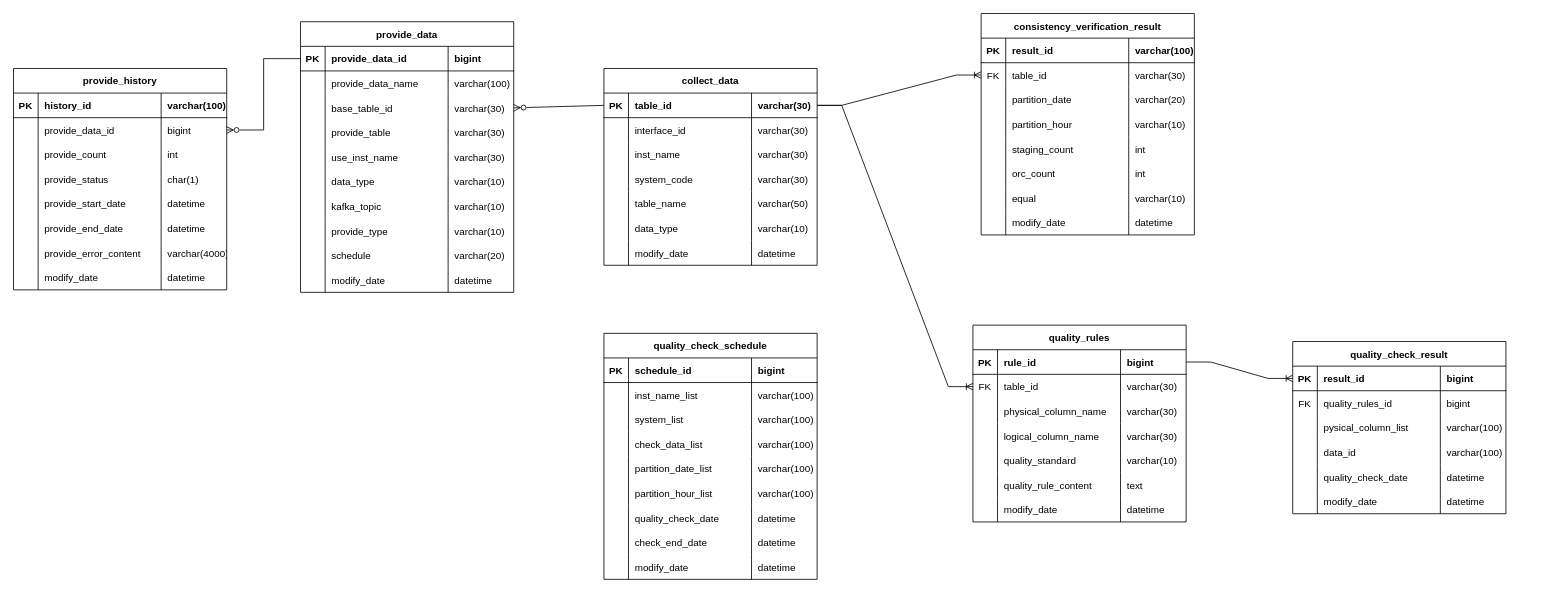
vtw-atm/bigdata-table-diagram keeps this draw.io diagram as 빅데이터 테이블 설계.drawio. Above is the earlier version. Source tidied: cells renumbered, new cells numbered last; positions are measured from the earlier drawing's top-left corner, leaving out a move shared by most shapes. Both pictures are drawn from the tidied source at 82%, with x=0, y=0 at pixel (13, 13).
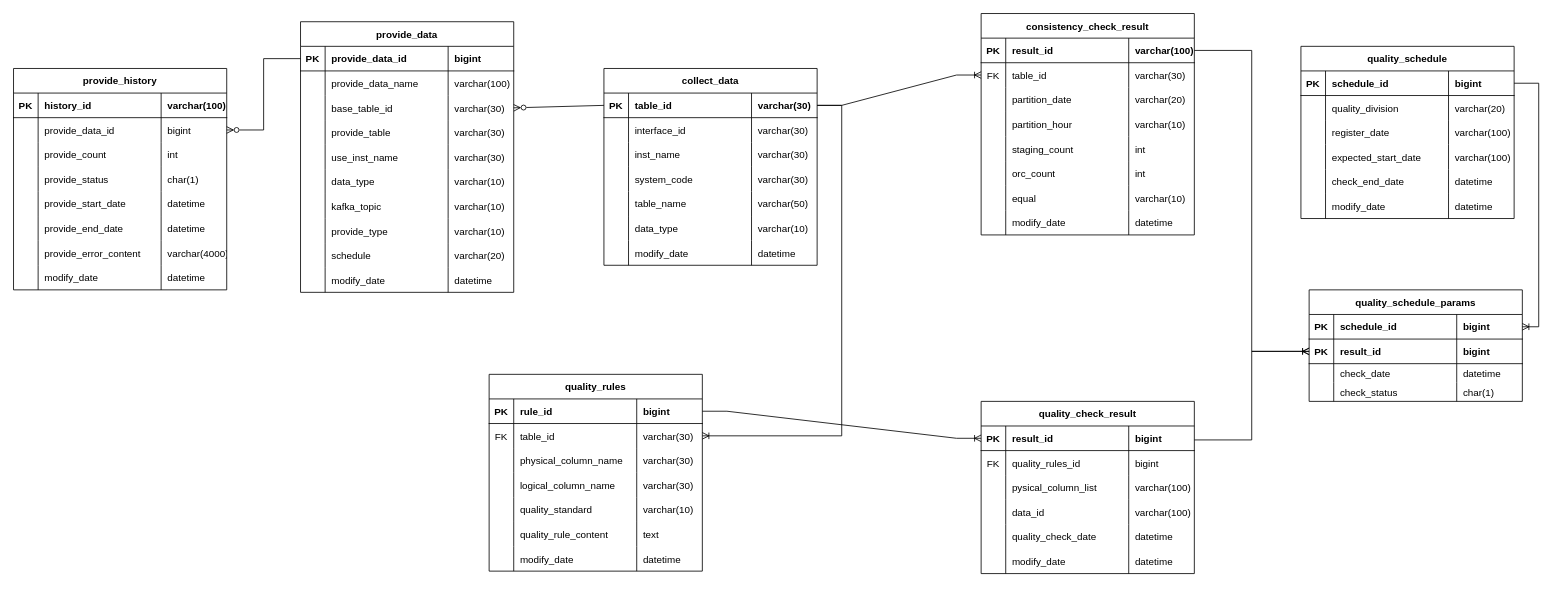
The same page after the edit.

Commit message:
품질점검 스케줄 추가

The change refers to these unchanged cells:
```xml
<mxCell id="3" style="shape=tableRow;horizontal=0;startSize=0;swimlaneHead=0;swimlaneBody=0;fillColor=none;points=[[0,0.5],[1,0.5]];portConstraint=eastwest;top=0;left=0;right=0;bottom=1;rounded=0;" parent="2" vertex="1">
  <mxGeometry y="30" width="260" height="30" as="geometry" />
</mxCell>
<mxCell id="32" style="shape=tableRow;horizontal=0;startSize=0;swimlaneHead=0;swimlaneBody=0;fillColor=none;points=[[0,0.5],[1,0.5]];portConstraint=eastwest;top=0;left=0;right=0;bottom=1;rounded=0;" parent="31" vertex="1">
  <mxGeometry y="30" width="260" height="30" as="geometry" />
</mxCell>
<mxCell id="73" style="shape=tableRow;horizontal=0;startSize=0;swimlaneHead=0;swimlaneBody=0;fillColor=none;points=[[0,0.5],[1,0.5]];portConstraint=eastwest;top=0;left=0;right=0;bottom=0;rounded=0;" parent="68" vertex="1">
  <mxGeometry y="60" width="260" height="30" as="geometry" />
</mxCell>
<mxCell id="98" style="shape=tableRow;horizontal=0;startSize=0;swimlaneHead=0;swimlaneBody=0;fillColor=none;points=[[0,0.5],[1,0.5]];portConstraint=eastwest;top=0;left=0;right=0;bottom=1;rounded=0;" parent="97" vertex="1">
  <mxGeometry y="30" width="260" height="30" as="geometry" />
</mxCell>
```

Change to the diagram source:
```diff
@@
-    <mxCell id="31" value="quality_check_schedule" style="shape=table;startSize=30;childLayout=tableLayout;rowLines=0;fontStyle=1;align=center;rounded=0;" parent="1" vertex="1">
-      <mxGeometry x="720" y="390" width="260" height="300" as="geometry" />
+    <mxCell id="31" value="quality_schedule" style="shape=table;startSize=30;childLayout=tableLayout;rowLines=0;fontStyle=1;align=center;rounded=0;" parent="1" vertex="1">
+      <mxGeometry x="1570" y="40" width="260" height="210" as="geometry" />
     </mxCell>
@@
-    <mxCell id="36" style="shape=tableRow;horizontal=0;startSize=0;swimlaneHead=0;swimlaneBody=0;fillColor=none;top=0;left=0;right=0;bottom=0;rounded=0;" parent="31" vertex="1">
-      <mxGeometry y="60" width="260" height="30" as="geometry" />
-    </mxCell>
-    <mxCell id="37" style="shape=partialRectangle;fillColor=none;top=0;left=0;bottom=0;right=0;overflow=hidden;rounded=0;" parent="36" vertex="1">
-      <mxGeometry width="30" height="30" as="geometry" />
-    </mxCell>
-    <mxCell id="38" value="inst_name_list" style="shape=partialRectangle;fillColor=none;top=0;left=0;bottom=0;right=0;align=left;spacingLeft=6;overflow=hidden;rounded=0;" parent="36" vertex="1">
-      <mxGeometry x="30" width="150" height="30" as="geometry" />
-    </mxCell>
-    <mxCell id="39" value="varchar(100)" style="shape=partialRectangle;fillColor=none;top=0;left=0;bottom=0;right=0;align=left;spacingLeft=6;overflow=hidden;rounded=0;" parent="36" vertex="1">
-      <mxGeometry x="180" width="80" height="30" as="geometry" />
-    </mxCell>
-    <mxCell id="40" style="shape=tableRow;horizontal=0;startSize=0;swimlaneHead=0;swimlaneBody=0;fillColor=none;top=0;left=0;right=0;bottom=0;rounded=0;" parent="31" vertex="1">
-      <mxGeometry y="90" width="260" height="30" as="geometry" />
-    </mxCell>
-    <mxCell id="41" style="shape=partialRectangle;fillColor=none;top=0;left=0;bottom=0;right=0;overflow=hidden;rounded=0;" parent="40" vertex="1">
-      <mxGeometry width="30" height="30" as="geometry" />
-    </mxCell>
-    <mxCell id="42" value="system_list" style="shape=partialRectangle;fillColor=none;top=0;left=0;bottom=0;right=0;align=left;spacingLeft=6;overflow=hidden;rounded=0;" parent="40" vertex="1">
-      <mxGeometry x="30" width="150" height="30" as="geometry" />
-    </mxCell>
-    <mxCell id="43" value="varchar(100)" style="shape=partialRectangle;fillColor=none;top=0;left=0;bottom=0;right=0;align=left;spacingLeft=6;overflow=hidden;rounded=0;" parent="40" vertex="1">
-      <mxGeometry x="180" width="80" height="30" as="geometry" />
-    </mxCell>
     <mxCell id="44" style="shape=tableRow;horizontal=0;startSize=0;swimlaneHead=0;swimlaneBody=0;fillColor=none;top=0;left=0;right=0;bottom=0;rounded=0;" parent="31" vertex="1">
-      <mxGeometry y="120" width="260" height="30" as="geometry" />
+      <mxGeometry y="60" width="260" height="30" as="geometry" />
     </mxCell>
@@
-    <mxCell id="46" value="check_data_list" style="shape=partialRectangle;fillColor=none;top=0;left=0;bottom=0;right=0;align=left;spacingLeft=6;overflow=hidden;rounded=0;" parent="44" vertex="1">
+    <mxCell id="46" value="quality_division" style="shape=partialRectangle;fillColor=none;top=0;left=0;bottom=0;right=0;align=left;spacingLeft=6;overflow=hidden;rounded=0;" parent="44" vertex="1">
       <mxGeometry x="30" width="150" height="30" as="geometry" />
     </mxCell>
-    <mxCell id="47" value="varchar(100)" style="shape=partialRectangle;fillColor=none;top=0;left=0;bottom=0;right=0;align=left;spacingLeft=6;overflow=hidden;rounded=0;" parent="44" vertex="1">
+    <mxCell id="47" value="varchar(20)" style="shape=partialRectangle;fillColor=none;top=0;left=0;bottom=0;right=0;align=left;spacingLeft=6;overflow=hidden;rounded=0;" parent="44" vertex="1">
       <mxGeometry x="180" width="80" height="30" as="geometry" />
     </mxCell>
     <mxCell id="48" style="shape=tableRow;horizontal=0;startSize=0;swimlaneHead=0;swimlaneBody=0;fillColor=none;top=0;left=0;right=0;bottom=0;rounded=0;" parent="31" vertex="1">
-      <mxGeometry y="150" width="260" height="30" as="geometry" />
+      <mxGeometry y="90" width="260" height="30" as="geometry" />
     </mxCell>
@@
-    <mxCell id="50" value="partition_date_list" style="shape=partialRectangle;fillColor=none;top=0;left=0;bottom=0;right=0;align=left;spacingLeft=6;overflow=hidden;rounded=0;" parent="48" vertex="1">
+    <mxCell id="50" value="register_date" style="shape=partialRectangle;fillColor=none;top=0;left=0;bottom=0;right=0;align=left;spacingLeft=6;overflow=hidden;rounded=0;" parent="48" vertex="1">
       <mxGeometry x="30" width="150" height="30" as="geometry" />
     </mxCell>
@@
     <mxCell id="52" style="shape=tableRow;horizontal=0;startSize=0;swimlaneHead=0;swimlaneBody=0;fillColor=none;top=0;left=0;right=0;bottom=0;rounded=0;" parent="31" vertex="1">
-      <mxGeometry y="180" width="260" height="30" as="geometry" />
+      <mxGeometry y="120" width="260" height="30" as="geometry" />
     </mxCell>
@@
-    <mxCell id="54" value="partition_hour_list" style="shape=partialRectangle;fillColor=none;top=0;left=0;bottom=0;right=0;align=left;spacingLeft=6;overflow=hidden;rounded=0;" parent="52" vertex="1">
+    <mxCell id="54" value="expected_start_date" style="shape=partialRectangle;fillColor=none;top=0;left=0;bottom=0;right=0;align=left;spacingLeft=6;overflow=hidden;rounded=0;" parent="52" vertex="1">
       <mxGeometry x="30" width="150" height="30" as="geometry" />
     </mxCell>
@@
     <mxCell id="56" style="shape=tableRow;horizontal=0;startSize=0;swimlaneHead=0;swimlaneBody=0;fillColor=none;top=0;left=0;right=0;bottom=0;rounded=0;" parent="31" vertex="1">
-      <mxGeometry y="210" width="260" height="30" as="geometry" />
+      <mxGeometry y="150" width="260" height="30" as="geometry" />
     </mxCell>
@@
-    <mxCell id="58" value="quality_check_date" style="shape=partialRectangle;fillColor=none;top=0;left=0;bottom=0;right=0;align=left;spacingLeft=6;overflow=hidden;rounded=0;" parent="56" vertex="1">
+    <mxCell id="58" value="check_end_date" style="shape=partialRectangle;fillColor=none;top=0;left=0;bottom=0;right=0;align=left;spacingLeft=6;overflow=hidden;rounded=0;" parent="56" vertex="1">
       <mxGeometry x="30" width="150" height="30" as="geometry" />
     </mxCell>
@@
-    <mxCell id="60" style="shape=tableRow;horizontal=0;startSize=0;swimlaneHead=0;swimlaneBody=0;fillColor=none;top=0;left=0;right=0;bottom=0;rounded=0;" parent="31" vertex="1">
-      <mxGeometry y="240" width="260" height="30" as="geometry" />
-    </mxCell>
-    <mxCell id="61" style="shape=partialRectangle;fillColor=none;top=0;left=0;bottom=0;right=0;overflow=hidden;rounded=0;" parent="60" vertex="1">
-      <mxGeometry width="30" height="30" as="geometry" />
-    </mxCell>
-    <mxCell id="62" value="check_end_date" style="shape=partialRectangle;fillColor=none;top=0;left=0;bottom=0;right=0;align=left;spacingLeft=6;overflow=hidden;rounded=0;" parent="60" vertex="1">
-      <mxGeometry x="30" width="150" height="30" as="geometry" />
-    </mxCell>
-    <mxCell id="63" value="datetime" style="shape=partialRectangle;fillColor=none;top=0;left=0;bottom=0;right=0;align=left;spacingLeft=6;overflow=hidden;rounded=0;" parent="60" vertex="1">
-      <mxGeometry x="180" width="80" height="30" as="geometry" />
-    </mxCell>
     <mxCell id="64" style="shape=tableRow;horizontal=0;startSize=0;swimlaneHead=0;swimlaneBody=0;fillColor=none;top=0;left=0;right=0;bottom=0;rounded=0;" parent="31" vertex="1">
-      <mxGeometry y="270" width="260" height="30" as="geometry" />
+      <mxGeometry y="180" width="260" height="30" as="geometry" />
     </mxCell>
@@
     <mxCell id="68" value="quality_rules" style="shape=table;startSize=30;childLayout=tableLayout;rowLines=0;fontStyle=1;align=center;rounded=0;" parent="1" vertex="1">
-      <mxGeometry x="1170" y="380" width="260" height="240" as="geometry" />
+      <mxGeometry x="580" y="440" width="260" height="240" as="geometry" />
     </mxCell>
@@
-    <mxCell id="97" value="consistency_verification_result" style="shape=table;startSize=30;childLayout=tableLayout;rowLines=0;fontStyle=1;align=center;rounded=0;" parent="1" vertex="1">
+    <mxCell id="97" value="consistency_check_result" style="shape=table;startSize=30;childLayout=tableLayout;rowLines=0;fontStyle=1;align=center;rounded=0;" parent="1" vertex="1">
       <mxGeometry x="1180" width="260" height="270" as="geometry" />
     </mxCell>
@@
     <mxCell id="130" value="quality_check_result" style="shape=table;startSize=30;childLayout=tableLayout;rowLines=0;fontStyle=1;align=center;rounded=0;" parent="1" vertex="1">
-      <mxGeometry x="1560" y="400" width="260" height="210" as="geometry" />
+      <mxGeometry x="1180" y="473" width="260" height="210" as="geometry" />
     </mxCell>
@@
-    <mxCell id="197" style="edgeStyle=entityRelationEdgeStyle;fontSize=12;html=1;endArrow=ERoneToMany;rounded=0;entryX=0;entryY=0.5;entryDx=0;entryDy=0;" parent="1" edge="1" source="3" target="73">
+    <mxCell id="197" style="edgeStyle=entityRelationEdgeStyle;fontSize=12;html=1;endArrow=ERoneToMany;rounded=0;" parent="1" edge="1" source="3" target="73">
       <mxGeometry relative="1" as="geometry" />
     </mxCell>
@@
+    <mxCell id="234" value="quality_schedule_params" style="shape=table;startSize=30;childLayout=tableLayout;rowLines=0;fontStyle=1;align=center;rounded=0;" parent="1" vertex="1">
+      <mxGeometry x="1580" y="337" width="260" height="136" as="geometry" />
+    </mxCell>
+    <mxCell id="235" style="shape=tableRow;horizontal=0;startSize=0;swimlaneHead=0;swimlaneBody=0;fillColor=none;points=[[0,0.5],[1,0.5]];portConstraint=eastwest;top=0;left=0;right=0;bottom=1;rounded=0;" parent="234" vertex="1">
+      <mxGeometry y="30" width="260" height="30" as="geometry" />
+    </mxCell>
+    <mxCell id="236" value="PK" style="shape=partialRectangle;fillColor=none;top=0;left=0;bottom=0;right=0;fontStyle=1;overflow=hidden;rounded=0;" parent="235" vertex="1">
+      <mxGeometry width="30" height="30" as="geometry" />
+    </mxCell>
+    <mxCell id="237" value="schedule_id" style="shape=partialRectangle;fillColor=none;top=0;left=0;bottom=0;right=0;align=left;spacingLeft=6;fontStyle=1;overflow=hidden;rounded=0;" parent="235" vertex="1">
+      <mxGeometry x="30" width="150" height="30" as="geometry" />
+    </mxCell>
+    <mxCell id="238" value="bigint" style="shape=partialRectangle;fillColor=none;top=0;left=0;bottom=0;right=0;align=left;spacingLeft=6;fontStyle=1;overflow=hidden;rounded=0;" parent="235" vertex="1">
+      <mxGeometry x="180" width="80" height="30" as="geometry" />
+    </mxCell>
+    <mxCell id="239" style="shape=tableRow;horizontal=0;startSize=0;swimlaneHead=0;swimlaneBody=0;fillColor=none;points=[[0,0.5],[1,0.5]];portConstraint=eastwest;top=0;left=0;right=0;bottom=1;rounded=0;" parent="234" vertex="1">
+      <mxGeometry y="60" width="260" height="30" as="geometry" />
+    </mxCell>
+    <mxCell id="240" value="PK" style="shape=partialRectangle;fillColor=none;top=0;left=0;bottom=0;right=0;fontStyle=1;overflow=hidden;rounded=0;" parent="239" vertex="1">
+      <mxGeometry width="30" height="30" as="geometry" />
+    </mxCell>
+    <mxCell id="241" value="result_id" style="shape=partialRectangle;fillColor=none;top=0;left=0;bottom=0;right=0;align=left;spacingLeft=6;fontStyle=1;overflow=hidden;rounded=0;" parent="239" vertex="1">
+      <mxGeometry x="30" width="150" height="30" as="geometry" />
+    </mxCell>
+    <mxCell id="242" value="bigint" style="shape=partialRectangle;fillColor=none;top=0;left=0;bottom=0;right=0;align=left;spacingLeft=6;fontStyle=1;overflow=hidden;rounded=0;" parent="239" vertex="1">
+      <mxGeometry x="180" width="80" height="30" as="geometry" />
+    </mxCell>
+    <mxCell id="243" style="shape=tableRow;horizontal=0;startSize=0;swimlaneHead=0;swimlaneBody=0;fillColor=none;top=0;left=0;right=0;bottom=0;rounded=0;" parent="234" vertex="1">
+      <mxGeometry y="90" width="260" height="23" as="geometry" />
+    </mxCell>
+    <mxCell id="244" style="shape=partialRectangle;fillColor=none;top=0;left=0;bottom=0;right=0;overflow=hidden;rounded=0;" parent="243" vertex="1">
+      <mxGeometry width="30" height="23" as="geometry" />
+    </mxCell>
+    <mxCell id="245" value="check_date" style="shape=partialRectangle;fillColor=none;top=0;left=0;bottom=0;right=0;align=left;spacingLeft=6;overflow=hidden;rounded=0;" parent="243" vertex="1">
+      <mxGeometry x="30" width="150" height="23" as="geometry" />
+    </mxCell>
+    <mxCell id="63" value="datetime" style="shape=partialRectangle;fillColor=none;top=0;left=0;bottom=0;right=0;align=left;spacingLeft=6;overflow=hidden;rounded=0;" parent="243" vertex="1">
+      <mxGeometry x="180" width="80" height="23" as="geometry" />
+    </mxCell>
+    <mxCell id="246" style="shape=tableRow;horizontal=0;startSize=0;swimlaneHead=0;swimlaneBody=0;fillColor=none;top=0;left=0;right=0;bottom=0;rounded=0;" parent="234" vertex="1">
+      <mxGeometry y="113" width="260" height="23" as="geometry" />
+    </mxCell>
+    <mxCell id="247" style="shape=partialRectangle;fillColor=none;top=0;left=0;bottom=0;right=0;overflow=hidden;rounded=0;" parent="246" vertex="1">
+      <mxGeometry width="30" height="23" as="geometry" />
+    </mxCell>
+    <mxCell id="248" value="check_status   " style="shape=partialRectangle;fillColor=none;top=0;left=0;bottom=0;right=0;align=left;spacingLeft=6;overflow=hidden;rounded=0;" parent="246" vertex="1">
+      <mxGeometry x="30" width="150" height="23" as="geometry" />
+    </mxCell>
+    <mxCell id="249" value="char(1)" style="shape=partialRectangle;fillColor=none;top=0;left=0;bottom=0;right=0;align=left;spacingLeft=6;overflow=hidden;rounded=0;" parent="246" vertex="1">
+      <mxGeometry x="180" width="80" height="23" as="geometry" />
+    </mxCell>
+    <mxCell id="250" style="edgeStyle=orthogonalEdgeStyle;jettySize=auto;html=1;rounded=0;exitX=1;exitY=0.5;exitDx=0;exitDy=0;endArrow=ERoneToMany;endFill=0;entryX=0;entryY=0.5;entryDx=0;entryDy=0;" parent="1" edge="1" source="98" target="239">
+      <mxGeometry relative="1" as="geometry">
+        <Array as="points">
+          <mxPoint x="1510" y="45" />
+          <mxPoint x="1510" y="412" />
+        </Array>
+      </mxGeometry>
+    </mxCell>
+    <mxCell id="251" style="edgeStyle=orthogonalEdgeStyle;orthogonalLoop=1;jettySize=auto;html=1;rounded=0;exitX=1;exitY=0.5;exitDx=0;exitDy=0;endArrow=ERoneToMany;endFill=0;" parent="1" edge="1">
+      <mxGeometry relative="1" as="geometry">
+        <mxPoint x="1440" y="520" as="sourcePoint" />
+        <mxPoint x="1580" y="412" as="targetPoint" />
+        <Array as="points">
+          <mxPoint x="1510" y="520" />
+          <mxPoint x="1510" y="412" />
+        </Array>
+      </mxGeometry>
+    </mxCell>
+    <mxCell id="252" style="edgeStyle=orthogonalEdgeStyle;jettySize=auto;html=1;rounded=0;exitX=1;exitY=0.5;exitDx=0;exitDy=0;endArrow=ERoneToMany;endFill=0;entryX=1;entryY=0.5;entryDx=0;entryDy=0;" parent="1" edge="1" source="32" target="235">
+      <mxGeometry relative="1" as="geometry" />
+    </mxCell>
```
